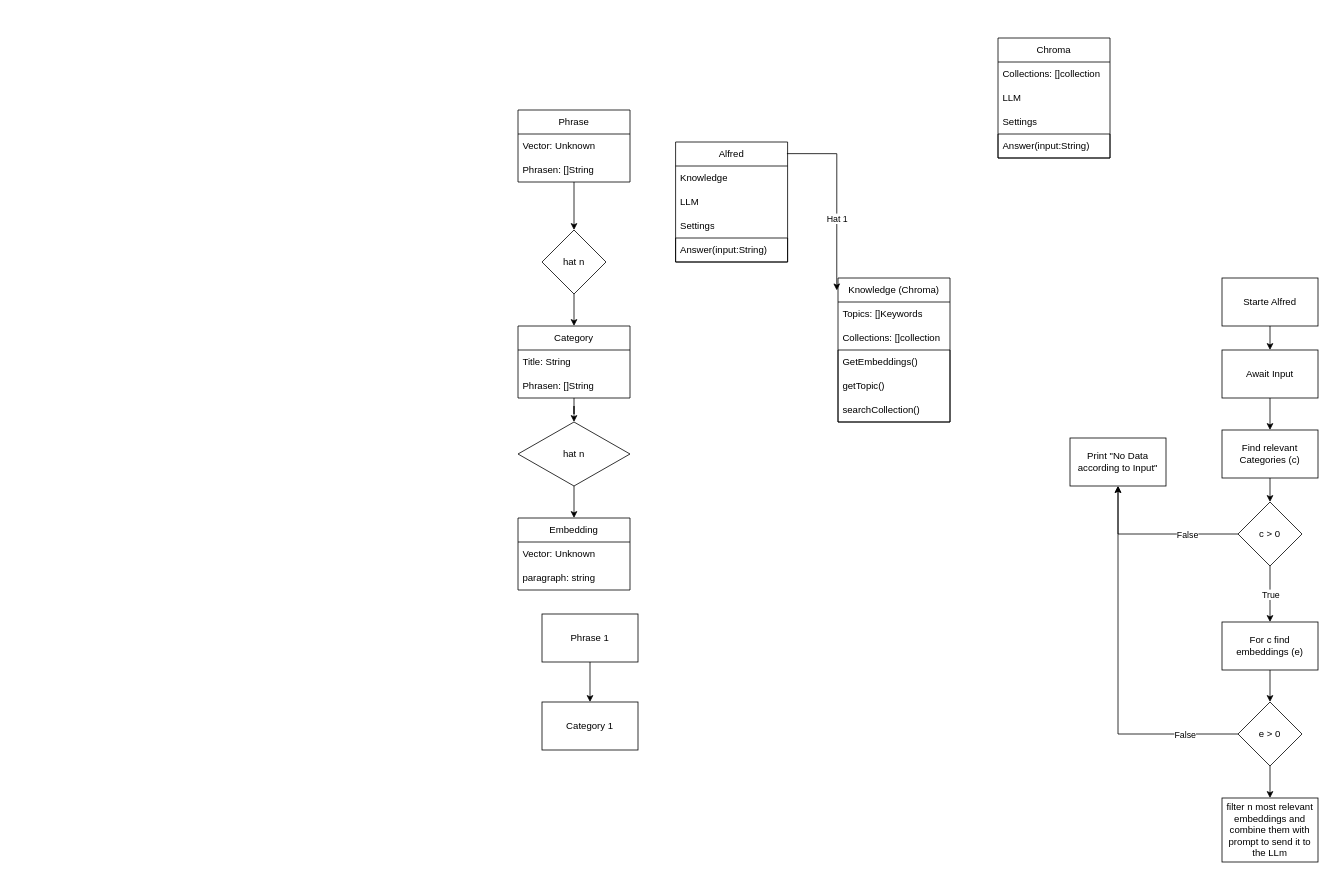
The draw.io diagram AlfredAnforderungen.drawio in DenisMathan/Chatbot, before the edit. Source tidied: cells renumbered, new cells numbered last; positions are measured from the earlier drawing's top-left corner, leaving out a move shared by most shapes. Both pictures are drawn from the tidied source at 80%, with x=0, y=0 at pixel (518, 38).
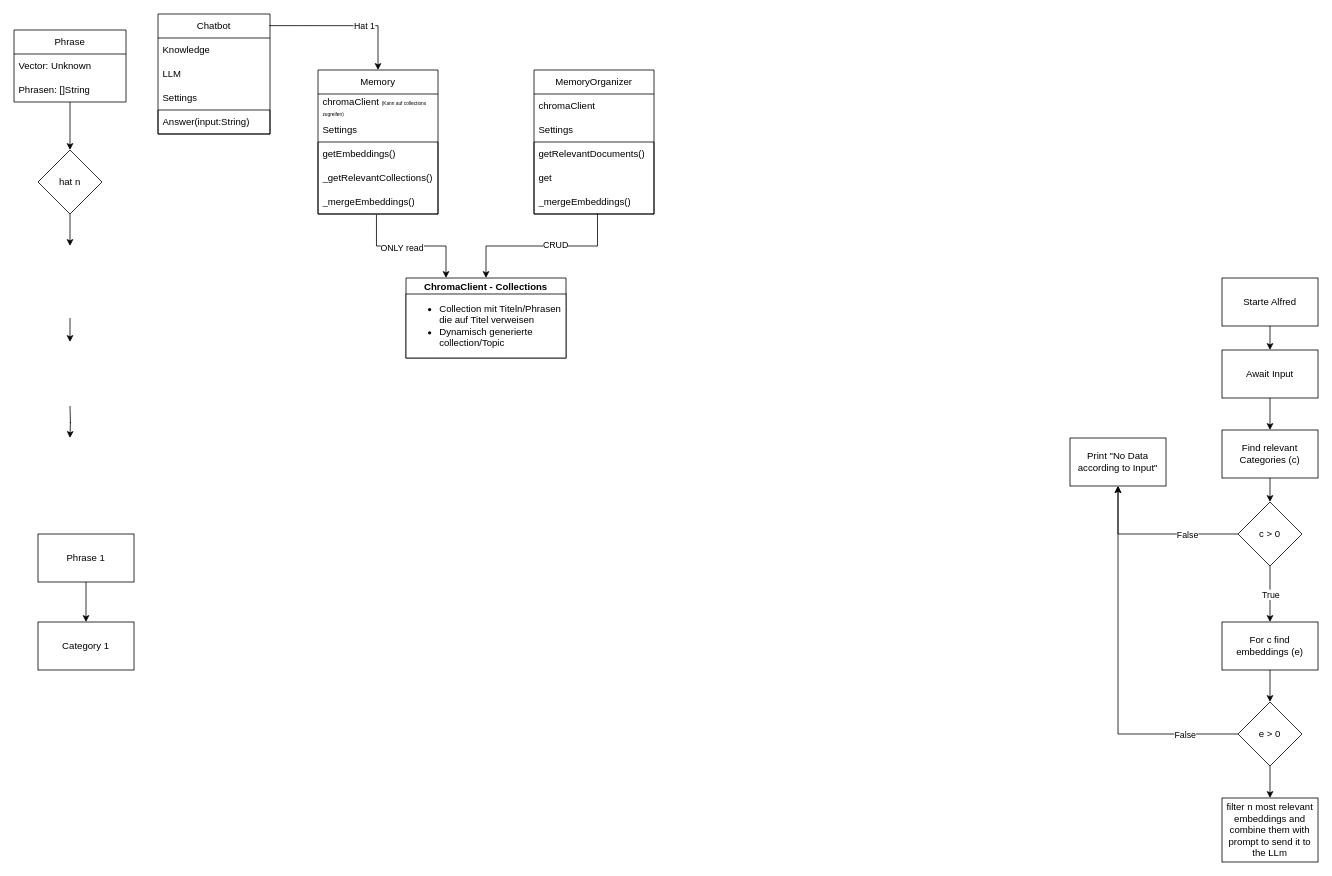
The same page after the edit.

Diff of the diagram source:
```diff
@@
-    <mxCell id="2" value="Alfred" style="swimlane;fontStyle=0;horizontal=1;startSize=30;whiteSpace=wrap;html=1;" parent="1" vertex="1">
-      <mxGeometry x="197" y="130" width="140" height="150" as="geometry" />
+    <mxCell id="2" value="Chatbot" style="swimlane;fontStyle=0;horizontal=1;startSize=30;whiteSpace=wrap;html=1;" parent="1" vertex="1">
+      <mxGeometry x="-450" y="-30" width="140" height="150" as="geometry" />
     </mxCell>
@@
-    <mxCell id="27" style="edgeStyle=orthogonalEdgeStyle;rounded=0;jettySize=auto;html=1;" parent="1" edge="1" source="28" target="35">
-      <mxGeometry relative="1" as="geometry" />
+    <mxCell id="27" style="edgeStyle=orthogonalEdgeStyle;rounded=0;orthogonalLoop=1;jettySize=auto;html=1;" parent="1" edge="1">
+      <mxGeometry relative="1" as="geometry">
+        <mxPoint x="-560" y="350" as="sourcePoint" />
+        <mxPoint x="-560" y="380" as="targetPoint" />
+      </mxGeometry>
     </mxCell>
-    <mxCell id="28" value="Category" style="swimlane;fontStyle=0;horizontal=1;startSize=30;whiteSpace=wrap;html=1;" parent="1" vertex="1">
-      <mxGeometry y="360" width="140" height="90" as="geometry" />
-    </mxCell>
-    <mxCell id="29" value="Title: String" style="text;strokeColor=none;fillColor=none;align=left;verticalAlign=middle;spacingLeft=4;spacingRight=4;overflow=hidden;whiteSpace=wrap;html=1;" parent="28" vertex="1">
-      <mxGeometry y="30" width="140" height="30" as="geometry" />
-    </mxCell>
-    <mxCell id="30" value="Phrasen: []String" style="text;strokeColor=none;fillColor=none;align=left;verticalAlign=middle;spacingLeft=4;spacingRight=4;overflow=hidden;whiteSpace=wrap;html=1;" parent="28" vertex="1">
-      <mxGeometry y="60" width="140" height="30" as="geometry" />
-    </mxCell>
-    <mxCell id="31" value="Embedding" style="swimlane;fontStyle=0;horizontal=1;startSize=30;whiteSpace=wrap;html=1;" parent="1" vertex="1">
-      <mxGeometry y="600" width="140" height="90" as="geometry" />
-    </mxCell>
-    <mxCell id="32" value="Vector: Unknown" style="text;strokeColor=none;fillColor=none;align=left;verticalAlign=middle;spacingLeft=4;spacingRight=4;overflow=hidden;whiteSpace=wrap;html=1;" parent="31" vertex="1">
-      <mxGeometry y="30" width="140" height="30" as="geometry" />
-    </mxCell>
-    <mxCell id="33" value="paragraph: string" style="text;strokeColor=none;fillColor=none;align=left;verticalAlign=middle;spacingLeft=4;spacingRight=4;overflow=hidden;whiteSpace=wrap;html=1;" parent="31" vertex="1">
-      <mxGeometry y="60" width="140" height="30" as="geometry" />
-    </mxCell>
-    <mxCell id="34" style="edgeStyle=orthogonalEdgeStyle;rounded=0;jettySize=auto;html=1;exitX=0.5;exitY=1;exitDx=0;exitDy=0;entryX=0.5;entryY=0;entryDx=0;entryDy=0;" parent="1" edge="1" source="35" target="31">
-      <mxGeometry relative="1" as="geometry" />
+    <mxCell id="34" style="edgeStyle=orthogonalEdgeStyle;rounded=0;orthogonalLoop=1;jettySize=auto;html=1;exitX=0.5;exitY=1;exitDx=0;exitDy=0;entryX=0.5;entryY=0;entryDx=0;entryDy=0;" parent="1" edge="1">
+      <mxGeometry relative="1" as="geometry">
+        <mxPoint x="-560" y="460" as="sourcePoint" />
+        <mxPoint x="-560" y="500" as="targetPoint" />
+      </mxGeometry>
     </mxCell>
-    <mxCell id="35" value="hat n" style="rhombus;whiteSpace=wrap;html=1;fontStyle=0;startSize=30;" parent="1" vertex="1">
-      <mxGeometry y="480" width="140" height="80" as="geometry" />
-    </mxCell>
@@
     <mxCell id="37" value="Phrase" style="swimlane;fontStyle=0;horizontal=1;startSize=30;whiteSpace=wrap;html=1;" parent="1" vertex="1">
-      <mxGeometry y="90" width="140" height="90" as="geometry" />
+      <mxGeometry x="-630" y="-10" width="140" height="90" as="geometry" />
     </mxCell>
@@
     <mxCell id="41" value="Phrase 1" style="rounded=0;whiteSpace=wrap;html=1;" parent="1" vertex="1">
-      <mxGeometry x="30" y="720" width="120" height="60" as="geometry" />
+      <mxGeometry x="-600" y="620" width="120" height="60" as="geometry" />
     </mxCell>
     <mxCell id="42" value="Category 1" style="rounded=0;whiteSpace=wrap;html=1;" parent="1" vertex="1">
-      <mxGeometry x="30" y="830" width="120" height="60" as="geometry" />
+      <mxGeometry x="-600" y="730" width="120" height="60" as="geometry" />
     </mxCell>
-    <mxCell id="43" style="edgeStyle=orthogonalEdgeStyle;rounded=0;jettySize=auto;html=1;exitX=0.5;exitY=1;exitDx=0;exitDy=0;entryX=0.5;entryY=0;entryDx=0;entryDy=0;" parent="1" edge="1" source="44" target="28">
-      <mxGeometry relative="1" as="geometry" />
+    <mxCell id="43" style="edgeStyle=orthogonalEdgeStyle;rounded=0;jettySize=auto;html=1;exitX=0.5;exitY=1;exitDx=0;exitDy=0;entryX=0.5;entryY=0;entryDx=0;entryDy=0;" parent="1" edge="1" source="44">
+      <mxGeometry relative="1" as="geometry">
+        <mxPoint x="-560" y="260" as="targetPoint" />
+      </mxGeometry>
     </mxCell>
     <mxCell id="44" value="hat n" style="rhombus;whiteSpace=wrap;html=1;fontStyle=0;startSize=30;" parent="1" vertex="1">
-      <mxGeometry x="30" y="240" width="80" height="80" as="geometry" />
+      <mxGeometry x="-600" y="140" width="80" height="80" as="geometry" />
     </mxCell>
-    <mxCell id="45" value="Knowledge (Chroma)" style="swimlane;fontStyle=0;horizontal=1;startSize=30;whiteSpace=wrap;html=1;" parent="1" vertex="1">
-      <mxGeometry x="400" y="300" width="140" height="180" as="geometry" />
-    </mxCell>
-    <mxCell id="46" value="Topics: []Keywords" style="text;strokeColor=none;fillColor=none;align=left;verticalAlign=middle;spacingLeft=4;spacingRight=4;overflow=hidden;whiteSpace=wrap;html=1;" parent="45" vertex="1">
-      <mxGeometry y="30" width="140" height="30" as="geometry" />
-    </mxCell>
-    <mxCell id="47" value="Collections: []collection" style="text;strokeColor=none;fillColor=none;align=left;verticalAlign=middle;spacingLeft=4;spacingRight=4;overflow=hidden;whiteSpace=wrap;html=1;" parent="45" vertex="1">
-      <mxGeometry y="60" width="140" height="30" as="geometry" />
-    </mxCell>
-    <mxCell id="48" style="swimlane;fontStyle=0;horizontal=1;startSize=0;whiteSpace=wrap;html=1;" parent="45" vertex="1">
-      <mxGeometry y="90" width="140" height="90" as="geometry" />
-    </mxCell>
-    <mxCell id="49" value="GetEmbeddings()" style="text;strokeColor=none;fillColor=none;align=left;verticalAlign=middle;spacingLeft=4;spacingRight=4;overflow=hidden;whiteSpace=wrap;html=1;" parent="48" vertex="1">
-      <mxGeometry width="140" height="30" as="geometry" />
-    </mxCell>
-    <mxCell id="50" value="getTopic()" style="text;strokeColor=none;fillColor=none;align=left;verticalAlign=middle;spacingLeft=4;spacingRight=4;overflow=hidden;whiteSpace=wrap;html=1;" parent="48" vertex="1">
-      <mxGeometry y="30" width="140" height="30" as="geometry" />
-    </mxCell>
-    <mxCell id="51" value="searchCollection()" style="text;strokeColor=none;fillColor=none;align=left;verticalAlign=middle;spacingLeft=4;spacingRight=4;overflow=hidden;whiteSpace=wrap;html=1;" parent="48" vertex="1">
-      <mxGeometry y="60" width="140" height="30" as="geometry" />
-    </mxCell>
-    <mxCell id="52" style="edgeStyle=orthogonalEdgeStyle;rounded=0;jettySize=auto;html=1;entryX=-0.011;entryY=0.086;entryDx=0;entryDy=0;entryPerimeter=0;exitX=0.994;exitY=0.097;exitDx=0;exitDy=0;exitPerimeter=0;" parent="1" edge="1" source="2" target="45">
+    <mxCell id="52" style="edgeStyle=orthogonalEdgeStyle;rounded=0;jettySize=auto;html=1;entryX=0.5;entryY=0;entryDx=0;entryDy=0;exitX=0.994;exitY=0.097;exitDx=0;exitDy=0;exitPerimeter=0;" parent="1" edge="1" source="2" target="60">
       <mxGeometry relative="1" as="geometry" />
     </mxCell>
@@
-    <mxCell id="54" value="Chroma" style="swimlane;fontStyle=0;horizontal=1;startSize=30;whiteSpace=wrap;html=1;" parent="1" vertex="1">
-      <mxGeometry x="600" width="140" height="150" as="geometry" />
-    </mxCell>
-    <mxCell id="55" value="Collections: []collection" style="text;strokeColor=none;fillColor=none;align=left;verticalAlign=middle;spacingLeft=4;spacingRight=4;overflow=hidden;whiteSpace=wrap;html=1;" parent="54" vertex="1">
-      <mxGeometry y="30" width="140" height="30" as="geometry" />
-    </mxCell>
-    <mxCell id="56" value="LLM" style="text;strokeColor=none;fillColor=none;align=left;verticalAlign=middle;spacingLeft=4;spacingRight=4;overflow=hidden;whiteSpace=wrap;html=1;" parent="54" vertex="1">
-      <mxGeometry y="60" width="140" height="30" as="geometry" />
-    </mxCell>
-    <mxCell id="57" value="Settings" style="text;strokeColor=none;fillColor=none;align=left;verticalAlign=middle;spacingLeft=4;spacingRight=4;overflow=hidden;whiteSpace=wrap;html=1;" parent="54" vertex="1">
-      <mxGeometry y="90" width="140" height="30" as="geometry" />
-    </mxCell>
-    <mxCell id="58" style="swimlane;fontStyle=0;horizontal=1;startSize=0;whiteSpace=wrap;html=1;" parent="54" vertex="1">
-      <mxGeometry y="120" width="140" height="30" as="geometry" />
-    </mxCell>
-    <mxCell id="59" value="Answer(input:String)" style="text;strokeColor=none;fillColor=none;align=left;verticalAlign=middle;spacingLeft=4;spacingRight=4;overflow=hidden;whiteSpace=wrap;html=1;" parent="58" vertex="1">
-      <mxGeometry width="140" height="30" as="geometry" />
-    </mxCell>
+    <mxCell id="60" value="Memory" style="swimlane;fontStyle=0;horizontal=1;startSize=30;whiteSpace=wrap;html=1;" parent="1" vertex="1">
+      <mxGeometry x="-250" y="40" width="150" height="180" as="geometry" />
+    </mxCell>
+    <mxCell id="61" value="chromaClient &lt;font style=&quot;font-size: 6px;&quot;&gt;(Kann auf collections zugreifen)&lt;/font&gt;" style="text;strokeColor=none;fillColor=none;align=left;verticalAlign=middle;spacingLeft=4;spacingRight=4;overflow=hidden;whiteSpace=wrap;html=1;" parent="60" vertex="1">
+      <mxGeometry y="30" width="150" height="30" as="geometry" />
+    </mxCell>
+    <mxCell id="62" value="Settings" style="text;strokeColor=none;fillColor=none;align=left;verticalAlign=middle;spacingLeft=4;spacingRight=4;overflow=hidden;whiteSpace=wrap;html=1;" parent="60" vertex="1">
+      <mxGeometry y="60" width="150" height="30" as="geometry" />
+    </mxCell>
+    <mxCell id="63" style="swimlane;fontStyle=0;horizontal=1;startSize=0;whiteSpace=wrap;html=1;" parent="60" vertex="1">
+      <mxGeometry y="90" width="150" height="90" as="geometry" />
+    </mxCell>
+    <mxCell id="64" value="getEmbeddings()" style="text;strokeColor=none;fillColor=none;align=left;verticalAlign=middle;spacingLeft=4;spacingRight=4;overflow=hidden;whiteSpace=wrap;html=1;" parent="63" vertex="1">
+      <mxGeometry width="150" height="30" as="geometry" />
+    </mxCell>
+    <mxCell id="65" value="_getRelevantCollections()" style="text;strokeColor=none;fillColor=none;align=left;verticalAlign=middle;spacingLeft=4;spacingRight=4;overflow=hidden;whiteSpace=wrap;html=1;" parent="63" vertex="1">
+      <mxGeometry y="30" width="150" height="30" as="geometry" />
+    </mxCell>
+    <mxCell id="66" value="_mergeEmbeddings()" style="text;strokeColor=none;fillColor=none;align=left;verticalAlign=middle;spacingLeft=4;spacingRight=4;overflow=hidden;points=[[0,0.5],[1,0.5]];portConstraint=eastwest;whiteSpace=wrap;html=1;" parent="63" vertex="1">
+      <mxGeometry y="60" width="150" height="30" as="geometry" />
+    </mxCell>
+    <mxCell id="67" style="edgeStyle=orthogonalEdgeStyle;rounded=0;jettySize=auto;html=1;exitX=0.487;exitY=1.025;exitDx=0;exitDy=0;entryX=0.25;entryY=0;entryDx=0;entryDy=0;exitPerimeter=0;" parent="1" edge="1" source="66" target="69">
+      <mxGeometry relative="1" as="geometry" />
+    </mxCell>
+    <mxCell id="68" value="ONLY read" style="edgeLabel;html=1;align=center;verticalAlign=middle;" parent="67" vertex="1">
+      <mxGeometry x="-0.15" y="-2" relative="1" as="geometry" />
+    </mxCell>
+    <mxCell id="69" value="ChromaClient - Collections" style="swimlane;whiteSpace=wrap;html=1;" parent="1" vertex="1">
+      <mxGeometry x="-140" y="300" width="200" height="100" as="geometry" />
+    </mxCell>
+    <mxCell id="70" value="&lt;ul&gt;&lt;li&gt;Collection mit Titeln/Phrasen die auf Titel verweisen&lt;/li&gt;&lt;li&gt;Dynamisch generierte collection/Topic&lt;/li&gt;&lt;/ul&gt;" style="rounded=0;whiteSpace=wrap;html=1;align=left;" parent="69" vertex="1">
+      <mxGeometry y="20" width="200" height="80" as="geometry" />
+    </mxCell>
+    <mxCell id="71" value="MemoryOrganizer" style="swimlane;fontStyle=0;horizontal=1;startSize=30;whiteSpace=wrap;html=1;" parent="1" vertex="1">
+      <mxGeometry x="20" y="40" width="150" height="180" as="geometry" />
+    </mxCell>
+    <mxCell id="72" value="chromaClient&amp;nbsp;" style="text;strokeColor=none;fillColor=none;align=left;verticalAlign=middle;spacingLeft=4;spacingRight=4;overflow=hidden;whiteSpace=wrap;html=1;" parent="71" vertex="1">
+      <mxGeometry y="30" width="150" height="30" as="geometry" />
+    </mxCell>
+    <mxCell id="73" value="Settings" style="text;strokeColor=none;fillColor=none;align=left;verticalAlign=middle;spacingLeft=4;spacingRight=4;overflow=hidden;whiteSpace=wrap;html=1;" parent="71" vertex="1">
+      <mxGeometry y="60" width="150" height="30" as="geometry" />
+    </mxCell>
+    <mxCell id="74" style="swimlane;fontStyle=0;horizontal=1;startSize=0;whiteSpace=wrap;html=1;" parent="71" vertex="1">
+      <mxGeometry y="90" width="150" height="90" as="geometry" />
+    </mxCell>
+    <mxCell id="75" value="getRelevantDocuments()" style="text;strokeColor=none;fillColor=none;align=left;verticalAlign=middle;spacingLeft=4;spacingRight=4;overflow=hidden;whiteSpace=wrap;html=1;" parent="74" vertex="1">
+      <mxGeometry width="150" height="30" as="geometry" />
+    </mxCell>
+    <mxCell id="76" value="get" style="text;strokeColor=none;fillColor=none;align=left;verticalAlign=middle;spacingLeft=4;spacingRight=4;overflow=hidden;whiteSpace=wrap;html=1;" parent="74" vertex="1">
+      <mxGeometry y="30" width="150" height="30" as="geometry" />
+    </mxCell>
+    <mxCell id="77" value="_mergeEmbeddings()" style="text;strokeColor=none;fillColor=none;align=left;verticalAlign=middle;spacingLeft=4;spacingRight=4;overflow=hidden;points=[[0,0.5],[1,0.5]];portConstraint=eastwest;whiteSpace=wrap;html=1;" parent="74" vertex="1">
+      <mxGeometry y="60" width="150" height="30" as="geometry" />
+    </mxCell>
+    <mxCell id="78" style="edgeStyle=orthogonalEdgeStyle;rounded=0;jettySize=auto;html=1;exitX=0.529;exitY=0.972;exitDx=0;exitDy=0;entryX=0.5;entryY=0;entryDx=0;entryDy=0;exitPerimeter=0;" parent="1" edge="1" source="77" target="69">
+      <mxGeometry relative="1" as="geometry" />
+    </mxCell>
+    <mxCell id="79" value="CRUD" style="edgeLabel;html=1;align=center;verticalAlign=middle;" parent="78" vertex="1">
+      <mxGeometry x="-0.15" y="-2" relative="1" as="geometry" />
+    </mxCell>
```
